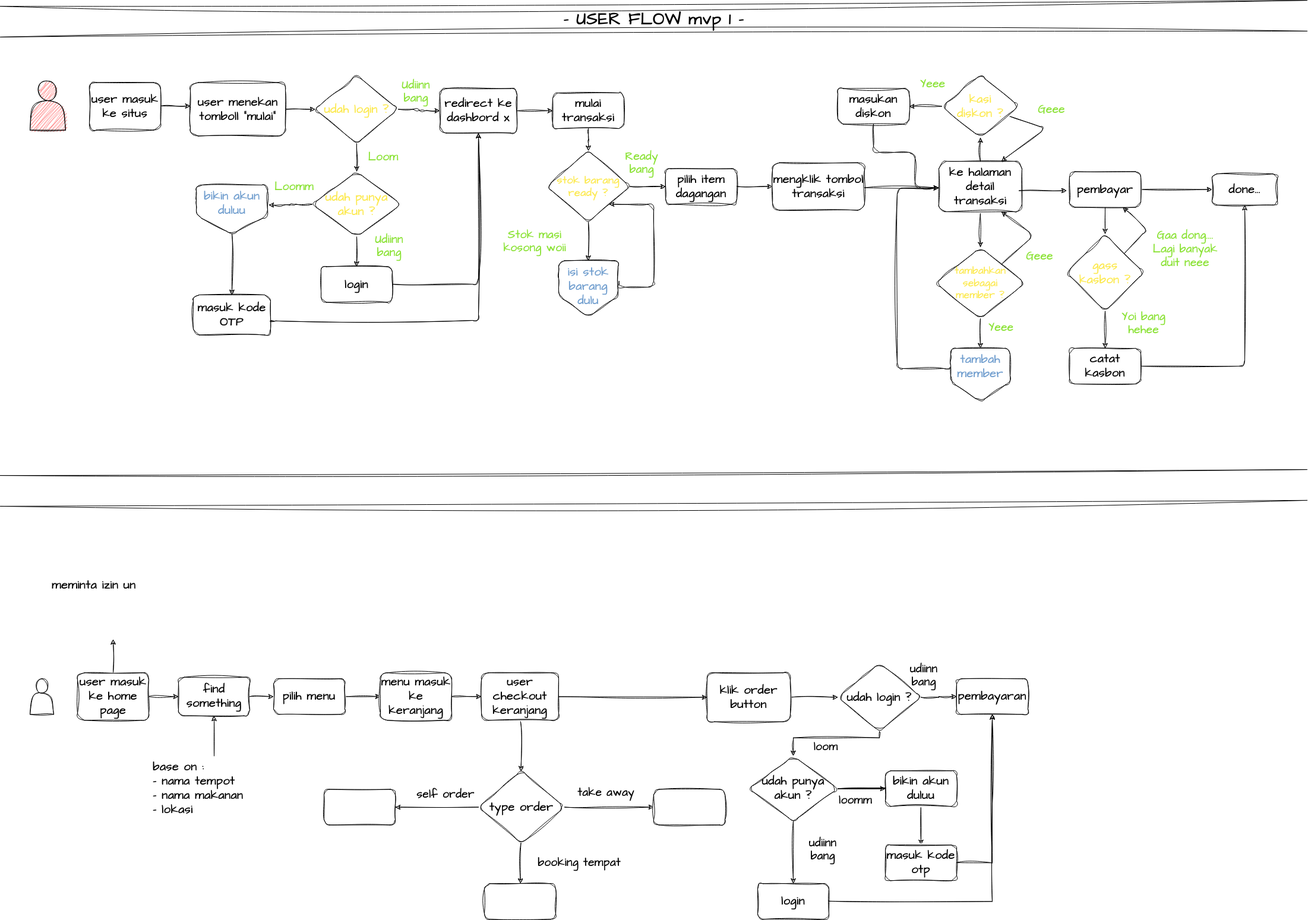
Petrichor-Dev/mypos keeps this draw.io diagram as Untitled Diagram.drawio.png. Above is the earlier version. Source tidied: cells renumbered, new cells last; positions are measured from the earlier drawing's top-left corner, leaving out a move shared by most shapes.
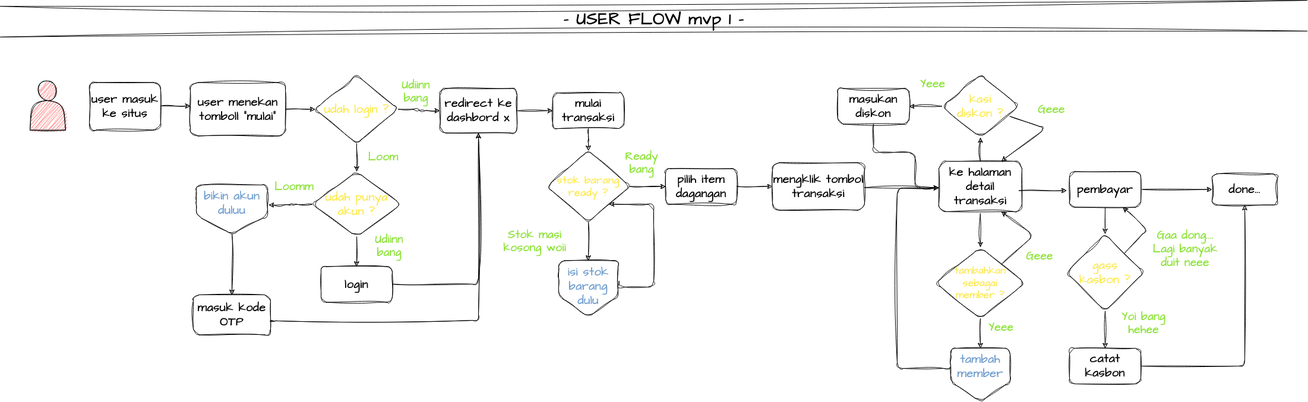
The same file after the commit.

What changed in the source:
```diff
@@ -260,169 +260,5 @@
     <mxCell id="70" value="&lt;font color=&quot;#729fcf&quot;&gt;bikin akun duluu&lt;/font&gt;" style="shape=offPageConnector;whiteSpace=wrap;html=1;sketch=1;hachureGap=4;jiggle=2;curveFitting=1;fontFamily=Architects Daughter;fontSource=https%3A%2F%2Ffonts.googleapis.com%2Fcss%3Ffamily%3DArchitects%2BDaughter;fontSize=20;verticalAlign=top;labelBackgroundColor=none;rounded=1;fontStyle=1;" parent="1" vertex="1">
       <mxGeometry x="330" y="285" width="120" height="82.5" as="geometry" />
     </mxCell>
-    <mxCell id="71" style="endArrow=classic;html=1;rounded=0;sketch=1;hachureGap=4;jiggle=2;curveFitting=1;fontFamily=Architects Daughter;fontSource=https%3A%2F%2Ffonts.googleapis.com%2Fcss%3Ffamily%3DArchitects%2BDaughter;fontSize=19;fontColor=#ffffff;shape=link;width=51.81818181818181;fontStyle=1;" parent="1" edge="1">
-      <mxGeometry relative="1" as="geometry">
-        <mxPoint y="800" as="sourcePoint" />
-        <mxPoint x="2200" y="790" as="targetPoint" />
-      </mxGeometry>
-    </mxCell>
-    <mxCell id="72" value="USER FLOW mvp 2" style="edgeLabel;html=1;align=center;verticalAlign=middle;sketch=1;hachureGap=4;jiggle=2;curveFitting=1;fontFamily=Architects Daughter;fontSource=https%3A%2F%2Ffonts.googleapis.com%2Fcss%3Ffamily%3DArchitects%2BDaughter;fontSize=29;fontColor=#ffffff;fontStyle=1;" parent="71" vertex="1">
-      <mxGeometry relative="1" as="geometry" />
-    </mxCell>
-    <mxCell id="73" style="edgeStyle=orthogonalEdgeStyle;rounded=0;sketch=1;hachureGap=4;jiggle=2;curveFitting=1;jettySize=auto;html=1;fontFamily=Architects Daughter;fontSource=https%3A%2F%2Ffonts.googleapis.com%2Fcss%3Ffamily%3DArchitects%2BDaughter;fontSize=16;fontStyle=1;" parent="1" edge="1" source="75" target="77">
-      <mxGeometry relative="1" as="geometry" />
-    </mxCell>
-    <mxCell id="74" style="edgeStyle=orthogonalEdgeStyle;rounded=1;sketch=1;hachureGap=4;jiggle=2;curveFitting=1;jettySize=auto;html=1;labelBorderColor=#c17d11;fontFamily=Architects Daughter;fontSource=https%3A%2F%2Ffonts.googleapis.com%2Fcss%3Ffamily%3DArchitects%2BDaughter;fontSize=16;fontColor=#8ae234;entryX=0.5;entryY=1;entryDx=0;entryDy=0;" parent="1" edge="1" source="75" target="118">
-      <mxGeometry relative="1" as="geometry" />
-    </mxCell>
-    <mxCell id="75" value="user masuk ke home page" style="whiteSpace=wrap;html=1;fontSize=20;fontFamily=Architects Daughter;rounded=1;sketch=1;curveFitting=1;jiggle=2;hachureGap=4;fontSource=https%3A%2F%2Ffonts.googleapis.com%2Fcss%3Ffamily%3DArchitects%2BDaughter;labelBackgroundColor=none;fontStyle=1;" parent="1" vertex="1">
-      <mxGeometry x="130" y="1106.2" width="120" height="80" as="geometry" />
-    </mxCell>
-    <mxCell id="76" style="edgeStyle=orthogonalEdgeStyle;rounded=0;sketch=1;hachureGap=4;jiggle=2;curveFitting=1;jettySize=auto;html=1;fontFamily=Architects Daughter;fontSource=https%3A%2F%2Ffonts.googleapis.com%2Fcss%3Ffamily%3DArchitects%2BDaughter;fontSize=16;fontStyle=1;" parent="1" edge="1" source="77" target="79">
-      <mxGeometry relative="1" as="geometry" />
-    </mxCell>
-    <mxCell id="77" value="find something" style="whiteSpace=wrap;html=1;fontSize=20;fontFamily=Architects Daughter;rounded=1;sketch=1;curveFitting=1;jiggle=2;hachureGap=4;fontSource=https%3A%2F%2Ffonts.googleapis.com%2Fcss%3Ffamily%3DArchitects%2BDaughter;labelBackgroundColor=none;fontStyle=1;" parent="1" vertex="1">
-      <mxGeometry x="300" y="1113.8" width="120" height="65" as="geometry" />
-    </mxCell>
-    <mxCell id="78" style="edgeStyle=orthogonalEdgeStyle;rounded=0;sketch=1;hachureGap=4;jiggle=2;curveFitting=1;jettySize=auto;html=1;fontFamily=Architects Daughter;fontSource=https%3A%2F%2Ffonts.googleapis.com%2Fcss%3Ffamily%3DArchitects%2BDaughter;fontSize=16;fontStyle=1;" parent="1" edge="1" source="79" target="81">
-      <mxGeometry relative="1" as="geometry" />
-    </mxCell>
-    <mxCell id="79" value="pilih menu" style="whiteSpace=wrap;html=1;fontSize=20;fontFamily=Architects Daughter;rounded=1;sketch=1;curveFitting=1;jiggle=2;hachureGap=4;fontSource=https%3A%2F%2Ffonts.googleapis.com%2Fcss%3Ffamily%3DArchitects%2BDaughter;labelBackgroundColor=none;fontStyle=1;" parent="1" vertex="1">
-      <mxGeometry x="460" y="1116.2" width="120" height="60" as="geometry" />
-    </mxCell>
-    <mxCell id="80" style="edgeStyle=orthogonalEdgeStyle;rounded=0;sketch=1;hachureGap=4;jiggle=2;curveFitting=1;jettySize=auto;html=1;fontFamily=Architects Daughter;fontSource=https%3A%2F%2Ffonts.googleapis.com%2Fcss%3Ffamily%3DArchitects%2BDaughter;fontSize=16;fontStyle=1;" parent="1" edge="1" source="81" target="85">
-      <mxGeometry relative="1" as="geometry" />
-    </mxCell>
-    <mxCell id="81" value="menu masuk ke keranjang" style="whiteSpace=wrap;html=1;fontSize=20;fontFamily=Architects Daughter;rounded=1;sketch=1;curveFitting=1;jiggle=2;hachureGap=4;fontSource=https%3A%2F%2Ffonts.googleapis.com%2Fcss%3Ffamily%3DArchitects%2BDaughter;labelBackgroundColor=none;fontStyle=1;" parent="1" vertex="1">
-      <mxGeometry x="640" y="1106.2" width="120" height="80" as="geometry" />
-    </mxCell>
-    <mxCell id="82" style="edgeStyle=orthogonalEdgeStyle;rounded=0;sketch=1;hachureGap=4;jiggle=2;curveFitting=1;jettySize=auto;html=1;fontFamily=Architects Daughter;fontSource=https%3A%2F%2Ffonts.googleapis.com%2Fcss%3Ffamily%3DArchitects%2BDaughter;fontSize=16;entryX=0;entryY=0.5;entryDx=0;entryDy=0;exitX=1;exitY=0.5;exitDx=0;exitDy=0;fontStyle=1;" parent="1" edge="1" source="107" target="88">
-      <mxGeometry relative="1" as="geometry" />
-    </mxCell>
-    <mxCell id="83" style="edgeStyle=none;rounded=0;sketch=1;hachureGap=4;jiggle=2;curveFitting=1;jettySize=auto;html=1;fontFamily=Architects Daughter;fontSource=https%3A%2F%2Ffonts.googleapis.com%2Fcss%3Ffamily%3DArchitects%2BDaughter;fontSize=16;fontStyle=1;" parent="1" edge="1" source="85" target="111">
-      <mxGeometry relative="1" as="geometry" />
-    </mxCell>
-    <mxCell id="84" style="edgeStyle=none;rounded=0;sketch=1;hachureGap=4;jiggle=2;curveFitting=1;jettySize=auto;html=1;fontFamily=Architects Daughter;fontSource=https%3A%2F%2Ffonts.googleapis.com%2Fcss%3Ffamily%3DArchitects%2BDaughter;fontSize=16;entryX=0;entryY=0.5;entryDx=0;entryDy=0;fontStyle=1;" parent="1" edge="1" source="85" target="107">
-      <mxGeometry relative="1" as="geometry" />
-    </mxCell>
-    <mxCell id="85" value="user checkout keranjang" style="whiteSpace=wrap;html=1;fontSize=20;fontFamily=Architects Daughter;rounded=1;sketch=1;curveFitting=1;jiggle=2;hachureGap=4;fontSource=https%3A%2F%2Ffonts.googleapis.com%2Fcss%3Ffamily%3DArchitects%2BDaughter;labelBackgroundColor=none;fontStyle=1;" parent="1" vertex="1">
-      <mxGeometry x="810" y="1106.2" width="130" height="80" as="geometry" />
-    </mxCell>
-    <mxCell id="86" style="edgeStyle=orthogonalEdgeStyle;rounded=0;sketch=1;hachureGap=4;jiggle=2;curveFitting=1;jettySize=auto;html=1;fontFamily=Architects Daughter;fontSource=https%3A%2F%2Ffonts.googleapis.com%2Fcss%3Ffamily%3DArchitects%2BDaughter;fontSize=17;labelBackgroundColor=none;fontColor=default;entryX=0.5;entryY=0;entryDx=0;entryDy=0;exitX=0.5;exitY=1;exitDx=0;exitDy=0;fontStyle=1;" parent="1" edge="1" source="88" target="100">
-      <mxGeometry relative="1" as="geometry">
-        <Array as="points">
-          <mxPoint x="1480" y="1215.8" />
-          <mxPoint x="1335" y="1215.8" />
-        </Array>
-      </mxGeometry>
-    </mxCell>
-    <mxCell id="87" style="edgeStyle=orthogonalEdgeStyle;rounded=0;sketch=1;hachureGap=4;jiggle=2;curveFitting=1;jettySize=auto;html=1;fontFamily=Architects Daughter;fontSource=https%3A%2F%2Ffonts.googleapis.com%2Fcss%3Ffamily%3DArchitects%2BDaughter;fontSize=16;fontStyle=1;" parent="1" edge="1" source="88" target="97">
-      <mxGeometry relative="1" as="geometry" />
-    </mxCell>
-    <mxCell id="88" value="udah login ?" style="rhombus;whiteSpace=wrap;html=1;fontSize=20;fontFamily=Architects Daughter;rounded=1;sketch=1;curveFitting=1;jiggle=2;hachureGap=4;fontSource=https%3A%2F%2Ffonts.googleapis.com%2Fcss%3Ffamily%3DArchitects%2BDaughter;labelBackgroundColor=none;fontStyle=1;" parent="1" vertex="1">
-      <mxGeometry x="1410" y="1090" width="140" height="115" as="geometry" />
-    </mxCell>
-    <mxCell id="89" value="&lt;font style=&quot;font-size: 19px;&quot;&gt;udiinn bang&lt;/font&gt;" style="text;strokeColor=none;align=center;fillColor=none;html=1;verticalAlign=middle;whiteSpace=wrap;rounded=0;sketch=1;hachureGap=4;jiggle=2;curveFitting=1;fontFamily=Architects Daughter;fontSource=https%3A%2F%2Ffonts.googleapis.com%2Fcss%3Ffamily%3DArchitects%2BDaughter;fontSize=19;labelBackgroundColor=none;fontStyle=1;" parent="1" vertex="1">
-      <mxGeometry x="1340" y="1388.8" width="90" height="30" as="geometry" />
-    </mxCell>
-    <mxCell id="90" value="&lt;font style=&quot;font-size: 19px;&quot;&gt;udiinn bang&lt;/font&gt;" style="text;strokeColor=none;align=center;fillColor=none;html=1;verticalAlign=middle;whiteSpace=wrap;rounded=0;sketch=1;hachureGap=4;jiggle=2;curveFitting=1;fontFamily=Architects Daughter;fontSource=https%3A%2F%2Ffonts.googleapis.com%2Fcss%3Ffamily%3DArchitects%2BDaughter;fontSize=19;labelBackgroundColor=none;fontStyle=1;" parent="1" vertex="1">
-      <mxGeometry x="1525" y="1096.2" width="60" height="30" as="geometry" />
-    </mxCell>
-    <mxCell id="91" value="&lt;font style=&quot;font-size: 19px;&quot;&gt;loomm&lt;/font&gt;" style="text;strokeColor=none;align=center;fillColor=none;html=1;verticalAlign=middle;whiteSpace=wrap;rounded=0;sketch=1;hachureGap=4;jiggle=2;curveFitting=1;fontFamily=Architects Daughter;fontSource=https%3A%2F%2Ffonts.googleapis.com%2Fcss%3Ffamily%3DArchitects%2BDaughter;fontSize=19;labelBackgroundColor=none;fontStyle=1;" parent="1" vertex="1">
-      <mxGeometry x="1410" y="1306.2" width="60" height="30" as="geometry" />
-    </mxCell>
-    <mxCell id="92" value="&lt;font style=&quot;font-size: 19px;&quot;&gt;loom&lt;/font&gt;" style="text;strokeColor=none;align=center;fillColor=none;html=1;verticalAlign=middle;whiteSpace=wrap;rounded=0;sketch=1;hachureGap=4;jiggle=2;curveFitting=1;fontFamily=Architects Daughter;fontSource=https%3A%2F%2Ffonts.googleapis.com%2Fcss%3Ffamily%3DArchitects%2BDaughter;fontSize=19;labelBackgroundColor=none;fontStyle=1;" parent="1" vertex="1">
-      <mxGeometry x="1360" y="1216.2" width="60" height="30" as="geometry" />
-    </mxCell>
-    <mxCell id="93" style="edgeStyle=orthogonalEdgeStyle;rounded=0;sketch=1;hachureGap=4;jiggle=2;curveFitting=1;jettySize=auto;html=1;fontFamily=Architects Daughter;fontSource=https%3A%2F%2Ffonts.googleapis.com%2Fcss%3Ffamily%3DArchitects%2BDaughter;fontSize=16;fontStyle=1;" parent="1" edge="1" source="100" target="95">
-      <mxGeometry relative="1" as="geometry" />
-    </mxCell>
-    <mxCell id="94" style="edgeStyle=orthogonalEdgeStyle;rounded=0;sketch=1;hachureGap=4;jiggle=2;curveFitting=1;jettySize=auto;html=1;fontFamily=Architects Daughter;fontSource=https%3A%2F%2Ffonts.googleapis.com%2Fcss%3Ffamily%3DArchitects%2BDaughter;fontSize=16;startArrow=none;fontStyle=1;" parent="1" edge="1" source="100" target="96">
-      <mxGeometry relative="1" as="geometry" />
-    </mxCell>
-    <mxCell id="95" value="bikin akun duluu" style="whiteSpace=wrap;html=1;fontSize=20;fontFamily=Architects Daughter;rounded=1;sketch=1;curveFitting=1;jiggle=2;hachureGap=4;fontSource=https%3A%2F%2Ffonts.googleapis.com%2Fcss%3Ffamily%3DArchitects%2BDaughter;labelBackgroundColor=none;fontStyle=1;" parent="1" vertex="1">
-      <mxGeometry x="1490" y="1271.2" width="120" height="60" as="geometry" />
-    </mxCell>
-    <mxCell id="96" value="masuk kode otp" style="whiteSpace=wrap;html=1;fontSize=20;fontFamily=Architects Daughter;rounded=1;sketch=1;curveFitting=1;jiggle=2;hachureGap=4;fontSource=https%3A%2F%2Ffonts.googleapis.com%2Fcss%3Ffamily%3DArchitects%2BDaughter;labelBackgroundColor=none;fontStyle=1;" parent="1" vertex="1">
-      <mxGeometry x="1490" y="1396.2" width="120" height="60" as="geometry" />
-    </mxCell>
-    <mxCell id="97" value="pembayaran" style="whiteSpace=wrap;html=1;fontSize=20;fontFamily=Architects Daughter;rounded=1;sketch=1;curveFitting=1;jiggle=2;hachureGap=4;fontSource=https%3A%2F%2Ffonts.googleapis.com%2Fcss%3Ffamily%3DArchitects%2BDaughter;labelBackgroundColor=none;fontStyle=1;" parent="1" vertex="1">
-      <mxGeometry x="1610" y="1116.2" width="120" height="60" as="geometry" />
-    </mxCell>
-    <mxCell id="98" style="edgeStyle=orthogonalEdgeStyle;rounded=0;sketch=1;hachureGap=4;jiggle=2;curveFitting=1;jettySize=auto;html=1;fontFamily=Architects Daughter;fontSource=https%3A%2F%2Ffonts.googleapis.com%2Fcss%3Ffamily%3DArchitects%2BDaughter;fontSize=16;endArrow=none;fontStyle=1;" parent="1" edge="1" source="95" target="100">
-      <mxGeometry relative="1" as="geometry" />
-    </mxCell>
-    <mxCell id="99" style="edgeStyle=orthogonalEdgeStyle;rounded=0;sketch=1;hachureGap=4;jiggle=2;curveFitting=1;jettySize=auto;html=1;fontFamily=Architects Daughter;fontSource=https%3A%2F%2Ffonts.googleapis.com%2Fcss%3Ffamily%3DArchitects%2BDaughter;fontSize=16;fontStyle=1;" parent="1" edge="1" source="100" target="101">
-      <mxGeometry relative="1" as="geometry" />
-    </mxCell>
-    <mxCell id="100" value="udah punya akun ?" style="rhombus;whiteSpace=wrap;html=1;fontSize=20;fontFamily=Architects Daughter;rounded=1;sketch=1;curveFitting=1;jiggle=2;hachureGap=4;fontSource=https%3A%2F%2Ffonts.googleapis.com%2Fcss%3Ffamily%3DArchitects%2BDaughter;labelBackgroundColor=none;fontStyle=1;" parent="1" vertex="1">
-      <mxGeometry x="1260" y="1246.2" width="150" height="110" as="geometry" />
-    </mxCell>
-    <mxCell id="101" value="login" style="whiteSpace=wrap;html=1;fontSize=20;fontFamily=Architects Daughter;rounded=1;sketch=1;curveFitting=1;jiggle=2;hachureGap=4;fontSource=https%3A%2F%2Ffonts.googleapis.com%2Fcss%3Ffamily%3DArchitects%2BDaughter;labelBackgroundColor=none;fontStyle=1;" parent="1" vertex="1">
-      <mxGeometry x="1275" y="1461.2" width="120" height="60" as="geometry" />
-    </mxCell>
-    <mxCell id="102" style="edgeStyle=none;jettySize=auto;html=1;rounded=0;sketch=1;hachureGap=4;jiggle=2;curveFitting=1;fontFamily=Architects Daughter;fontSource=https%3A%2F%2Ffonts.googleapis.com%2Fcss%3Ffamily%3DArchitects%2BDaughter;fontSize=16;entryX=0.5;entryY=1;entryDx=0;entryDy=0;fontStyle=1;" parent="1" edge="1" target="97">
-      <mxGeometry relative="1" as="geometry">
-        <mxPoint x="1395" y="1490.8" as="sourcePoint" />
-        <Array as="points">
-          <mxPoint x="1670" y="1491.2" />
-          <mxPoint x="1670" y="1326.2" />
-        </Array>
-      </mxGeometry>
-    </mxCell>
-    <mxCell id="103" style="edgeStyle=none;orthogonalLoop=1;jettySize=auto;html=1;rounded=0;sketch=1;hachureGap=4;jiggle=2;curveFitting=1;fontFamily=Architects Daughter;fontSource=https%3A%2F%2Ffonts.googleapis.com%2Fcss%3Ffamily%3DArchitects%2BDaughter;fontSize=16;fontStyle=1;" parent="1" edge="1">
-      <mxGeometry relative="1" as="geometry">
-        <mxPoint x="1610" y="1425.8" as="sourcePoint" />
-        <mxPoint x="1670" y="1176.2" as="targetPoint" />
-        <Array as="points">
-          <mxPoint x="1670" y="1426.2" />
-        </Array>
-      </mxGeometry>
-    </mxCell>
-    <mxCell id="104" style="shape=actor;whiteSpace=wrap;html=1;sketch=1;hachureGap=4;jiggle=2;curveFitting=1;fontFamily=Architects Daughter;fontSource=https%3A%2F%2Ffonts.googleapis.com%2Fcss%3Ffamily%3DArchitects%2BDaughter;fontSize=20;fontStyle=1;" parent="1" vertex="1">
-      <mxGeometry x="50" y="1116.2" width="40" height="60" as="geometry" />
-    </mxCell>
-    <mxCell id="105" style="edgeStyle=none;rounded=0;sketch=1;hachureGap=4;jiggle=2;curveFitting=1;jettySize=auto;html=1;entryX=0.5;entryY=1;entryDx=0;entryDy=0;fontFamily=Architects Daughter;fontSource=https%3A%2F%2Ffonts.googleapis.com%2Fcss%3Ffamily%3DArchitects%2BDaughter;fontSize=16;fontStyle=1;" parent="1" edge="1" source="106" target="77">
-      <mxGeometry relative="1" as="geometry" />
-    </mxCell>
-    <mxCell id="106" value="&lt;div&gt;&lt;span&gt;base on :&lt;/span&gt;&lt;/div&gt;- nama tempot&lt;br&gt;- nama makanan&lt;br&gt;- lokasi" style="text;strokeColor=none;align=left;fillColor=none;html=1;verticalAlign=top;whiteSpace=wrap;rounded=0;sketch=1;hachureGap=4;jiggle=2;curveFitting=1;fontFamily=Architects Daughter;fontSource=https%3A%2F%2Ffonts.googleapis.com%2Fcss%3Ffamily%3DArchitects%2BDaughter;fontSize=20;horizontal=1;fontStyle=1;" parent="1" vertex="1">
-      <mxGeometry x="255" y="1246.2" width="210" height="110" as="geometry" />
-    </mxCell>
-    <mxCell id="107" value="klik order button" style="whiteSpace=wrap;html=1;fontSize=20;fontFamily=Architects Daughter;rounded=1;sketch=1;curveFitting=1;jiggle=2;hachureGap=4;fontSource=https%3A%2F%2Ffonts.googleapis.com%2Fcss%3Ffamily%3DArchitects%2BDaughter;labelBackgroundColor=none;fontStyle=1;" parent="1" vertex="1">
-      <mxGeometry x="1190" y="1106.2" width="140" height="82.5" as="geometry" />
-    </mxCell>
-    <mxCell id="108" style="edgeStyle=none;rounded=0;sketch=1;hachureGap=4;jiggle=2;curveFitting=1;jettySize=auto;html=1;fontFamily=Architects Daughter;fontSource=https%3A%2F%2Ffonts.googleapis.com%2Fcss%3Ffamily%3DArchitects%2BDaughter;fontSize=16;fontStyle=1;" parent="1" edge="1" source="111" target="112">
-      <mxGeometry relative="1" as="geometry" />
-    </mxCell>
-    <mxCell id="109" style="edgeStyle=none;rounded=0;sketch=1;hachureGap=4;jiggle=2;curveFitting=1;jettySize=auto;html=1;fontFamily=Architects Daughter;fontSource=https%3A%2F%2Ffonts.googleapis.com%2Fcss%3Ffamily%3DArchitects%2BDaughter;fontSize=16;fontStyle=1;" parent="1" edge="1" source="111" target="113">
-      <mxGeometry relative="1" as="geometry" />
-    </mxCell>
-    <mxCell id="110" style="edgeStyle=none;rounded=0;sketch=1;hachureGap=4;jiggle=2;curveFitting=1;jettySize=auto;html=1;fontFamily=Architects Daughter;fontSource=https%3A%2F%2Ffonts.googleapis.com%2Fcss%3Ffamily%3DArchitects%2BDaughter;fontSize=16;fontStyle=1;" parent="1" edge="1" source="111" target="114">
-      <mxGeometry relative="1" as="geometry" />
-    </mxCell>
-    <mxCell id="111" value="type order" style="rhombus;whiteSpace=wrap;html=1;fontSize=20;fontFamily=Architects Daughter;rounded=1;sketch=1;curveFitting=1;jiggle=2;hachureGap=4;fontSource=https%3A%2F%2Ffonts.googleapis.com%2Fcss%3Ffamily%3DArchitects%2BDaughter;labelBackgroundColor=none;fontStyle=1;" parent="1" vertex="1">
-      <mxGeometry x="805" y="1271.2" width="145" height="122.5" as="geometry" />
-    </mxCell>
-    <mxCell id="112" style="whiteSpace=wrap;html=1;fontSize=20;fontFamily=Architects Daughter;rounded=1;sketch=1;curveFitting=1;jiggle=2;hachureGap=4;fontSource=https%3A%2F%2Ffonts.googleapis.com%2Fcss%3Ffamily%3DArchitects%2BDaughter;labelBackgroundColor=none;fontStyle=1;" parent="1" vertex="1">
-      <mxGeometry x="545" y="1302.5" width="120" height="60" as="geometry" />
-    </mxCell>
-    <mxCell id="113" style="whiteSpace=wrap;html=1;fontSize=20;fontFamily=Architects Daughter;rounded=1;sketch=1;curveFitting=1;jiggle=2;hachureGap=4;fontSource=https%3A%2F%2Ffonts.googleapis.com%2Fcss%3Ffamily%3DArchitects%2BDaughter;labelBackgroundColor=none;fontStyle=1;" parent="1" vertex="1">
-      <mxGeometry x="815" y="1461.2" width="120" height="60" as="geometry" />
-    </mxCell>
-    <mxCell id="114" style="whiteSpace=wrap;html=1;fontSize=20;fontFamily=Architects Daughter;rounded=1;sketch=1;curveFitting=1;jiggle=2;hachureGap=4;fontSource=https%3A%2F%2Ffonts.googleapis.com%2Fcss%3Ffamily%3DArchitects%2BDaughter;labelBackgroundColor=none;fontStyle=1;" parent="1" vertex="1">
-      <mxGeometry x="1100" y="1302.5" width="120" height="60" as="geometry" />
-    </mxCell>
-    <mxCell id="115" value="self order" style="text;strokeColor=none;align=center;fillColor=none;html=1;verticalAlign=middle;whiteSpace=wrap;rounded=0;sketch=1;hachureGap=4;jiggle=2;curveFitting=1;fontFamily=Architects Daughter;fontSource=https%3A%2F%2Ffonts.googleapis.com%2Fcss%3Ffamily%3DArchitects%2BDaughter;fontSize=19;labelBackgroundColor=none;fontStyle=1;" parent="1" vertex="1">
-      <mxGeometry x="700" y="1291.2" width="100" height="40" as="geometry" />
-    </mxCell>
-    <mxCell id="116" value="booking tempat" style="text;strokeColor=none;align=center;fillColor=none;html=1;verticalAlign=middle;whiteSpace=wrap;rounded=0;sketch=1;hachureGap=4;jiggle=2;curveFitting=1;fontFamily=Architects Daughter;fontSource=https%3A%2F%2Ffonts.googleapis.com%2Fcss%3Ffamily%3DArchitects%2BDaughter;fontSize=19;labelBackgroundColor=none;fontStyle=1;" parent="1" vertex="1">
-      <mxGeometry x="890" y="1402.5" width="170" height="47.5" as="geometry" />
-    </mxCell>
-    <mxCell id="117" value="take away" style="text;strokeColor=none;align=center;fillColor=none;html=1;verticalAlign=middle;whiteSpace=wrap;rounded=0;sketch=1;hachureGap=4;jiggle=2;curveFitting=1;fontFamily=Architects Daughter;fontSource=https%3A%2F%2Ffonts.googleapis.com%2Fcss%3Ffamily%3DArchitects%2BDaughter;fontSize=19;labelBackgroundColor=none;fontStyle=1;" parent="1" vertex="1">
-      <mxGeometry x="960" y="1291.2" width="120" height="32.5" as="geometry" />
-    </mxCell>
-    <mxCell id="118" value="meminta izin un" style="text;strokeColor=none;align=left;fillColor=none;html=1;verticalAlign=top;whiteSpace=wrap;rounded=0;sketch=1;hachureGap=4;jiggle=2;curveFitting=1;fontFamily=Architects Daughter;fontSource=https%3A%2F%2Ffonts.googleapis.com%2Fcss%3Ffamily%3DArchitects%2BDaughter;fontSize=20;horizontal=1;fontStyle=1;" parent="1" vertex="1">
-      <mxGeometry x="85" y="940" width="210" height="110" as="geometry" />
-    </mxCell>
   </root>
 </mxGraphModel>
```
